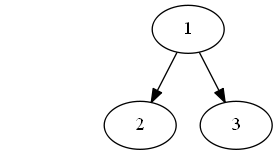
nachoSO/hipert.hg keeps this Graphviz diagram as dagToPNG/psocrates_dag3.png. Above is the earlier version. Its source is kept beside it as dags/psocrates_dag3.dot. Source of this version:
```dot
digraph G1 {
	0 [period=10, priority=50, deadline=10, map=0]
	0 [label="tdg_id=0", style=invis]
	0 [label="maxI=0", style=invis]
	0 [label="maxT=14", style=invis]
	1 [MIET="5664.38", MEET="5978.41", MAET="5879.75", MEM="100", UNIT="KB"]
	2 [MIET="5201.98", MEET="5491.00", MAET="5474.92", MEM="100", UNIT="KB"]
	3 [MIET="912.85", MEET="1286.53", MAET="1221.66", MEM="100", UNIT="B"]
	1 -> 2
	1 -> 3
}
```
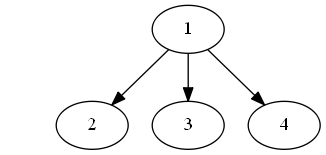
After the commit.

Diff of the diagram source:
```diff
@@ -1,11 +1,13 @@
-digraph G1 {
-	0 [period=10, priority=50, deadline=10, map=0]
+digraph G3 {
+	0 [period=1500, priority=50, deadline=1500, map=0]
 	0 [label="tdg_id=0", style=invis]
 	0 [label="maxI=0", style=invis]
 	0 [label="maxT=14", style=invis]
-	1 [MIET="5664.38", MEET="5978.41", MAET="5879.75", MEM="100", UNIT="KB"]
-	2 [MIET="5201.98", MEET="5491.00", MAET="5474.92", MEM="100", UNIT="KB"]
-	3 [MIET="912.85", MEET="1286.53", MAET="1221.66", MEM="100", UNIT="B"]
+	1 [MIET="54.38", MEET="54.38", MAET="54.38", MEM="100", UNIT="KB"]
+	2 [MIET="201.98", MEET="201.98", MAET="201.98", MEM="100", UNIT="KB"]
+	3 [MIET="312.85", MEET="312.85", MAET="312.85", MEM="100", UNIT="B"]
+	4 [MIET="112.85", MEET="112.85", MAET="112.85", MEM="100", UNIT="B"]
 	1 -> 2
 	1 -> 3
+	1 -> 4
 }
```
